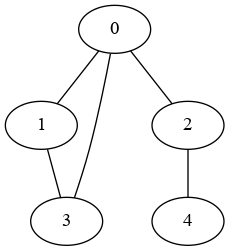
This is docs/mp2i/files/C17/temp.png from fabricenativel/cpge-info, a Graphviz export, as it was before one commit. Its source is kept beside it as docs/mp2i/files/C17/temp.gv.
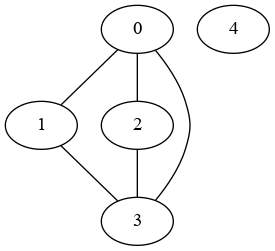
Above is the later version.

Change to the diagram source:
```diff
@@ -1,7 +1,13 @@
 graph mygraph {
-0 -- 1
-0 -- 2
-0 -- 3
-1 -- 3
-2 -- 4
+0
+1
+1 -- 0
+2
+2 -- 0
+3
+3 -- 1
+3 -- 0
+4
+4 -- 2
+5
 }
```
